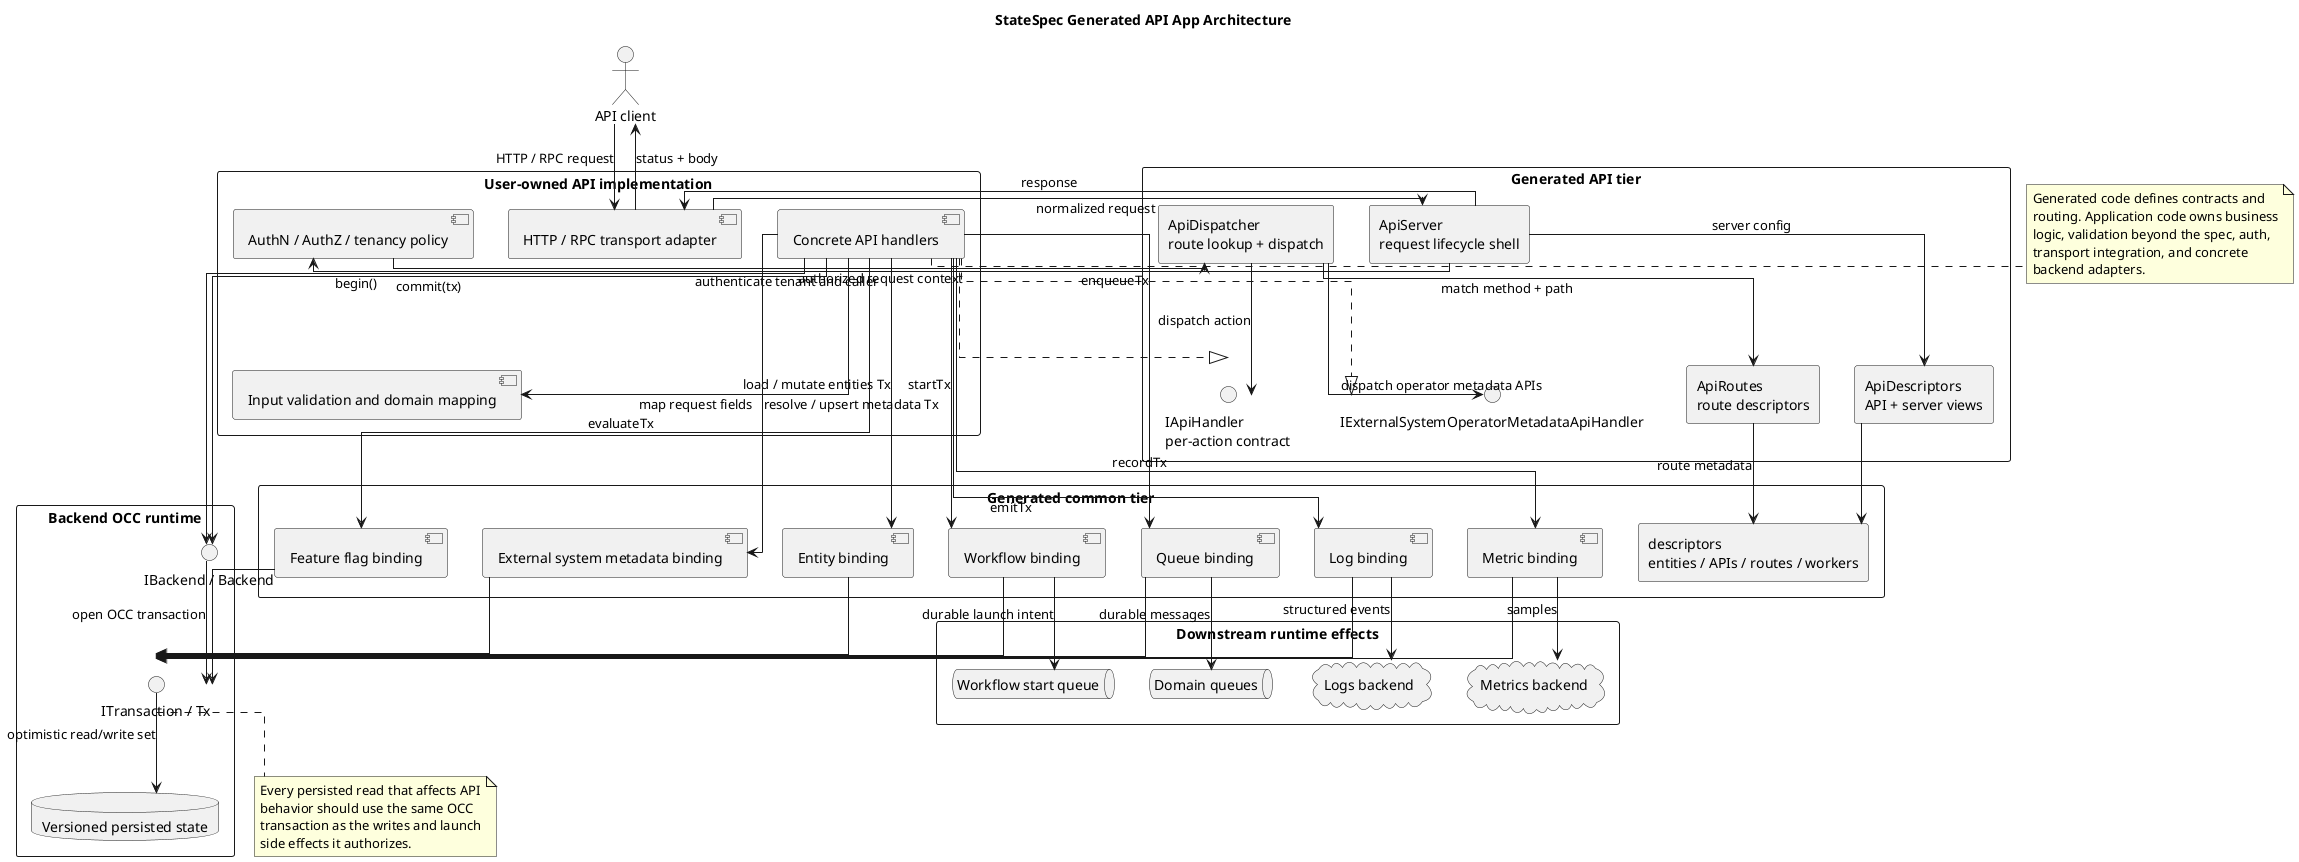
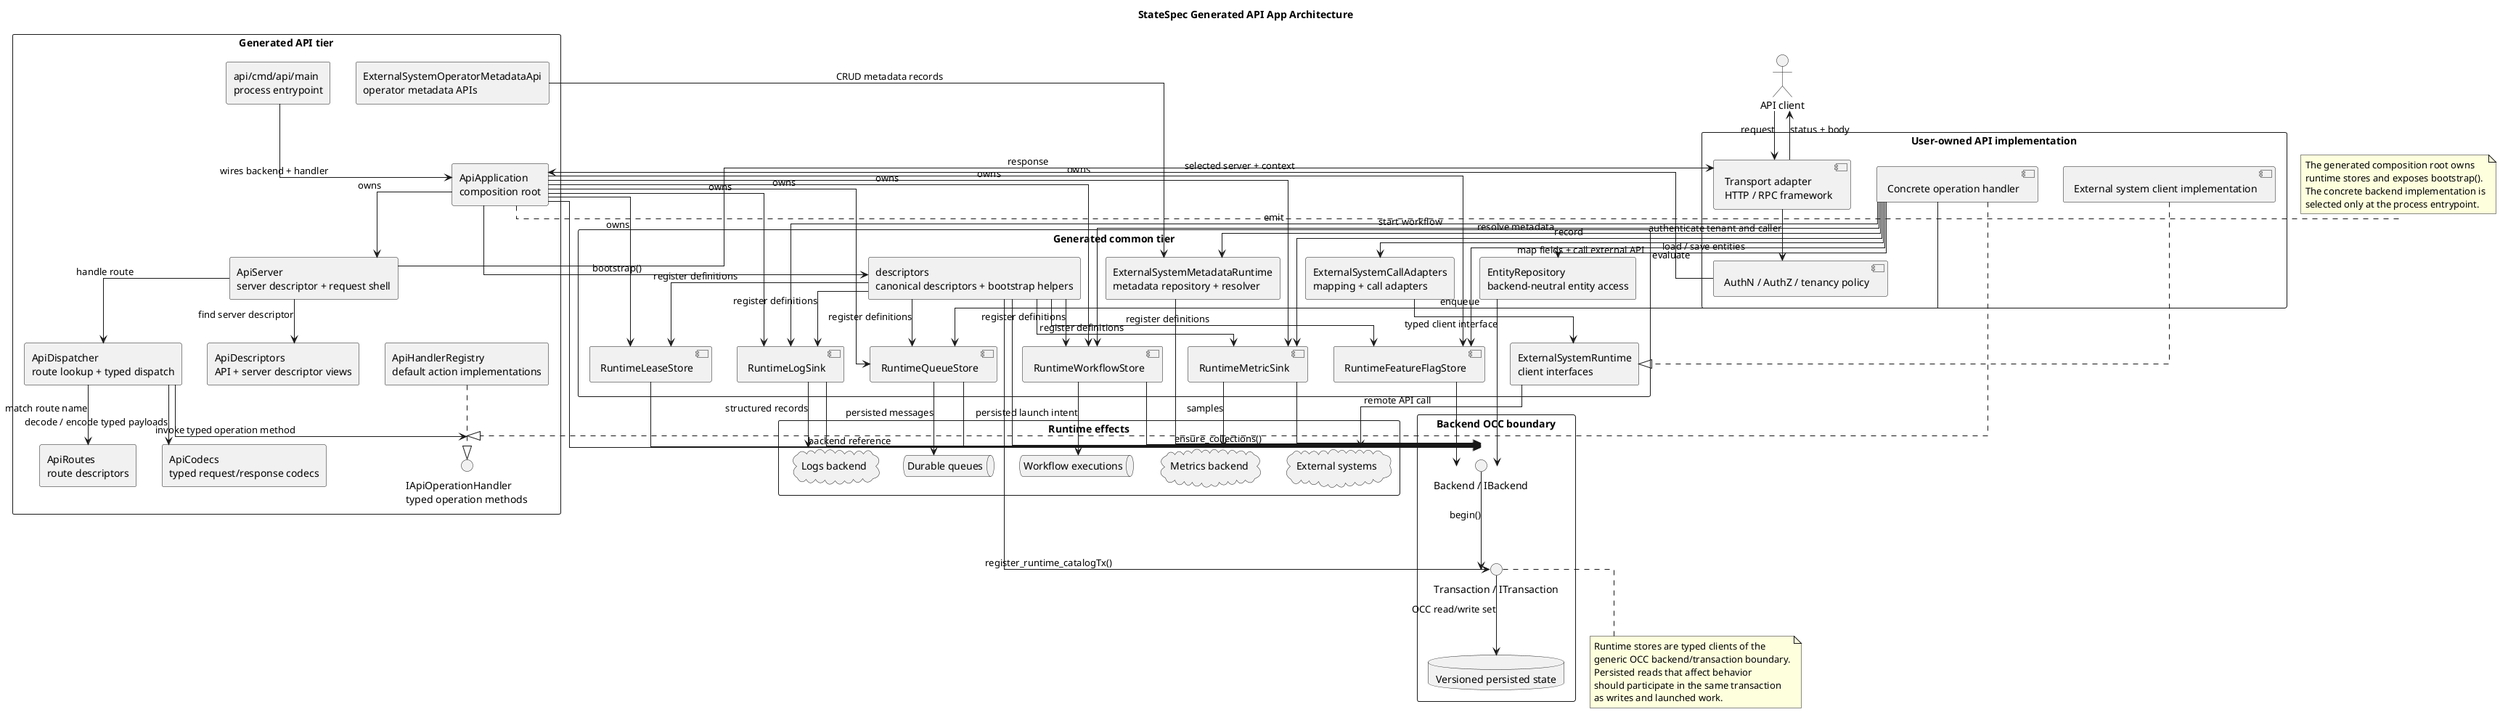
@startuml
title StateSpec Generated API App Architecture

skinparam shadowing false
skinparam linetype ortho
skinparam packageStyle rectangle

actor "API client" as Client

package "Generated API tier" {
-   rectangle "ApiServer\nrequest lifecycle shell" as ApiServer
-   rectangle "ApiDispatcher\nroute lookup + dispatch" as ApiDispatcher
+   rectangle "api/cmd/api/main\nprocess entrypoint" as ApiMain
+   rectangle "ApiApplication\ncomposition root" as ApiApplication
+   rectangle "ApiServer\nserver descriptor + request shell" as ApiServer
+   rectangle "ApiDispatcher\nroute lookup + typed dispatch" as ApiDispatcher
  rectangle "ApiRoutes\nroute descriptors" as ApiRoutes
-   interface "IApiHandler\nper-action contract" as ApiHandler
-   interface "IExternalSystemOperatorMetadataApiHandler" as OperatorMetadataHandler
-   rectangle "ApiDescriptors\nAPI + server views" as ApiDescriptors
+   rectangle "ApiCodecs\ntyped request/response codecs" as ApiCodecs
+   interface "IApiOperationHandler\ntyped operation methods" as ApiHandler
+   rectangle "ApiHandlerRegistry\ndefault action implementations" as ApiHandlerRegistry
+   rectangle "ExternalSystemOperatorMetadataApi\noperator metadata APIs" as OperatorMetadataApi
+   rectangle "ApiDescriptors\nAPI + server descriptor views" as ApiDescriptors
}

package "Generated common tier" {
-   rectangle "descriptors\nentities / APIs / routes / workers" as CommonDescriptors
-   component "Entity binding" as EntityBinding
-   component "Workflow binding" as WorkflowBinding
-   component "Queue binding" as QueueBinding
-   component "Feature flag binding" as FeatureFlagBinding
-   component "External system metadata binding" as MetadataBinding
-   component "Log binding" as LogBinding
-   component "Metric binding" as MetricBinding
+   rectangle "descriptors\ncanonical descriptors + bootstrap helpers" as CommonDescriptors
+   rectangle "EntityRepository\nbackend-neutral entity access" as EntityRepository
+   rectangle "ExternalSystemRuntime\nclient interfaces" as ExternalSystemRuntime
+   rectangle "ExternalSystemCallAdapters\nmapping + call adapters" as CallAdapters
+   rectangle "ExternalSystemMetadataRuntime\nmetadata repository + resolver" as MetadataRuntime
+   component "RuntimeFeatureFlagStore" as FeatureFlagStore
+   component "RuntimeQueueStore" as QueueStore
+   component "RuntimeLeaseStore" as LeaseStore
+   component "RuntimeWorkflowStore" as WorkflowStore
+   component "RuntimeLogSink" as LogSink
+   component "RuntimeMetricSink" as MetricSink
}

package "User-owned API implementation" {
-   component "HTTP / RPC transport adapter" as Transport
+   component "Transport adapter\nHTTP / RPC framework" as Transport
  component "AuthN / AuthZ / tenancy policy" as Auth
-   component "Concrete API handlers" as ConcreteHandlers
-   component "Input validation and domain mapping" as DomainMapping
+   component "Concrete operation handler" as ConcreteHandler
+   component "External system client implementation" as ExternalClientImpl
}

- package "Backend OCC runtime" {
-   interface "IBackend / Backend" as Backend
-   interface "ITransaction / Tx" as Tx
+ package "Backend OCC boundary" {
+   interface "Backend / IBackend" as Backend
+   interface "Transaction / ITransaction" as Transaction
  database "Versioned persisted state" as Store
}

- package "Downstream runtime effects" {
-   queue "Workflow start queue" as WorkflowStart
-   queue "Domain queues" as DomainQueues
+ package "Runtime effects" {
+   queue "Workflow executions" as WorkflowExecutions
+   queue "Durable queues" as DurableQueues
+   cloud "External systems" as ExternalSystems
  cloud "Logs backend" as LogsBackend
  cloud "Metrics backend" as MetricsBackend
}

- Client --> Transport : HTTP / RPC request
- Transport --> ApiServer : normalized request
- ApiServer --> Auth : authenticate tenant and caller
- Auth --> ApiDispatcher : authorized request context
+ Client --> Transport : request
+ Transport --> Auth : authenticate tenant and caller
+ Auth --> ApiApplication : selected server + context
+ ApiMain --> ApiApplication : wires backend + handler

- ApiDispatcher --> ApiRoutes : match method + path
- ApiRoutes --> CommonDescriptors : route metadata
- ApiDispatcher --> ApiHandler : dispatch action
- ApiDispatcher --> OperatorMetadataHandler : dispatch operator metadata APIs
+ ApiApplication --> ApiServer : owns
+ ApiApplication --> Backend : backend reference
+ ApiApplication --> FeatureFlagStore : owns
+ ApiApplication --> QueueStore : owns
+ ApiApplication --> LeaseStore : owns
+ ApiApplication --> WorkflowStore : owns
+ ApiApplication --> LogSink : owns
+ ApiApplication --> MetricSink : owns
+ ApiApplication --> CommonDescriptors : bootstrap()

- ConcreteHandlers ..|> ApiHandler
- ConcreteHandlers ..|> OperatorMetadataHandler
- ConcreteHandlers --> DomainMapping : map request fields
+ CommonDescriptors --> Backend : ensure_collections()
+ CommonDescriptors --> Transaction : register_runtime_catalogTx()
+ CommonDescriptors --> FeatureFlagStore : register definitions
+ CommonDescriptors --> QueueStore : register definitions
+ CommonDescriptors --> LeaseStore : register definitions
+ CommonDescriptors --> WorkflowStore : register definitions
+ CommonDescriptors --> LogSink : register definitions
+ CommonDescriptors --> MetricSink : register definitions

- ApiDescriptors --> CommonDescriptors
- ApiServer --> ApiDescriptors : server config
+ ApiServer --> ApiDescriptors : find server descriptor
+ ApiServer --> ApiDispatcher : handle route
+ ApiDispatcher --> ApiRoutes : match route name
+ ApiDispatcher --> ApiCodecs : decode / encode typed payloads
+ ApiDispatcher --> ApiHandler : invoke typed operation method
+ ApiHandlerRegistry ..|> ApiHandler
+ ConcreteHandler ..|> ApiHandler

- ConcreteHandlers --> Backend : begin()
- Backend --> Tx : open OCC transaction
- ConcreteHandlers --> EntityBinding : load / mutate entities Tx
- ConcreteHandlers --> FeatureFlagBinding : evaluateTx
- ConcreteHandlers --> MetadataBinding : resolve / upsert metadata Tx
- ConcreteHandlers --> WorkflowBinding : startTx
- ConcreteHandlers --> QueueBinding : enqueueTx
- ConcreteHandlers --> LogBinding : emitTx
- ConcreteHandlers --> MetricBinding : recordTx
- ConcreteHandlers --> Backend : commit(tx)
+ OperatorMetadataApi --> MetadataRuntime : CRUD metadata records
+ ConcreteHandler --> EntityRepository : load / save entities
+ ConcreteHandler --> MetadataRuntime : resolve metadata
+ ConcreteHandler --> CallAdapters : map fields + call external API
+ ConcreteHandler --> WorkflowStore : start workflow
+ ConcreteHandler --> QueueStore : enqueue
+ ConcreteHandler --> FeatureFlagStore : evaluate
+ ConcreteHandler --> LogSink : emit
+ ConcreteHandler --> MetricSink : record

- EntityBinding --> Tx
- FeatureFlagBinding --> Tx
- MetadataBinding --> Tx
- WorkflowBinding --> Tx
- QueueBinding --> Tx
- LogBinding --> Tx
- MetricBinding --> Tx
+ ExternalClientImpl ..|> ExternalSystemRuntime
+ CallAdapters --> ExternalSystemRuntime : typed client interface
+ ExternalSystemRuntime --> ExternalSystems : remote API call

- Tx --> Store : optimistic read/write set
- WorkflowBinding --> WorkflowStart : durable launch intent
- QueueBinding --> DomainQueues : durable messages
- LogBinding --> LogsBackend : structured events
- MetricBinding --> MetricsBackend : samples
+ EntityRepository --> Backend
+ MetadataRuntime --> Backend
+ FeatureFlagStore --> Backend
+ QueueStore --> Backend
+ LeaseStore --> Backend
+ WorkflowStore --> Backend
+ LogSink --> Backend
+ MetricSink --> Backend
+ 
+ Backend --> Transaction : begin()
+ Transaction --> Store : OCC read/write set
+ WorkflowStore --> WorkflowExecutions : persisted launch intent
+ QueueStore --> DurableQueues : persisted messages
+ LogSink --> LogsBackend : structured records
+ MetricSink --> MetricsBackend : samples

ApiServer --> Transport : response
Transport --> Client : status + body

- note right of ConcreteHandlers
- Generated code defines contracts and
- routing. Application code owns business
- logic, validation beyond the spec, auth,
- transport integration, and concrete
- backend adapters.
+ note right of ApiApplication
+ The generated composition root owns
+ runtime stores and exposes bootstrap().
+ The concrete backend implementation is
+ selected only at the process entrypoint.
end note

- note bottom of Tx
- Every persisted read that affects API
- behavior should use the same OCC
- transaction as the writes and launch
- side effects it authorizes.
+ note bottom of Transaction
+ Runtime stores are typed clients of the
+ generic OCC backend/transaction boundary.
+ Persisted reads that affect behavior
+ should participate in the same transaction
+ as writes and launched work.
end note

@enduml
